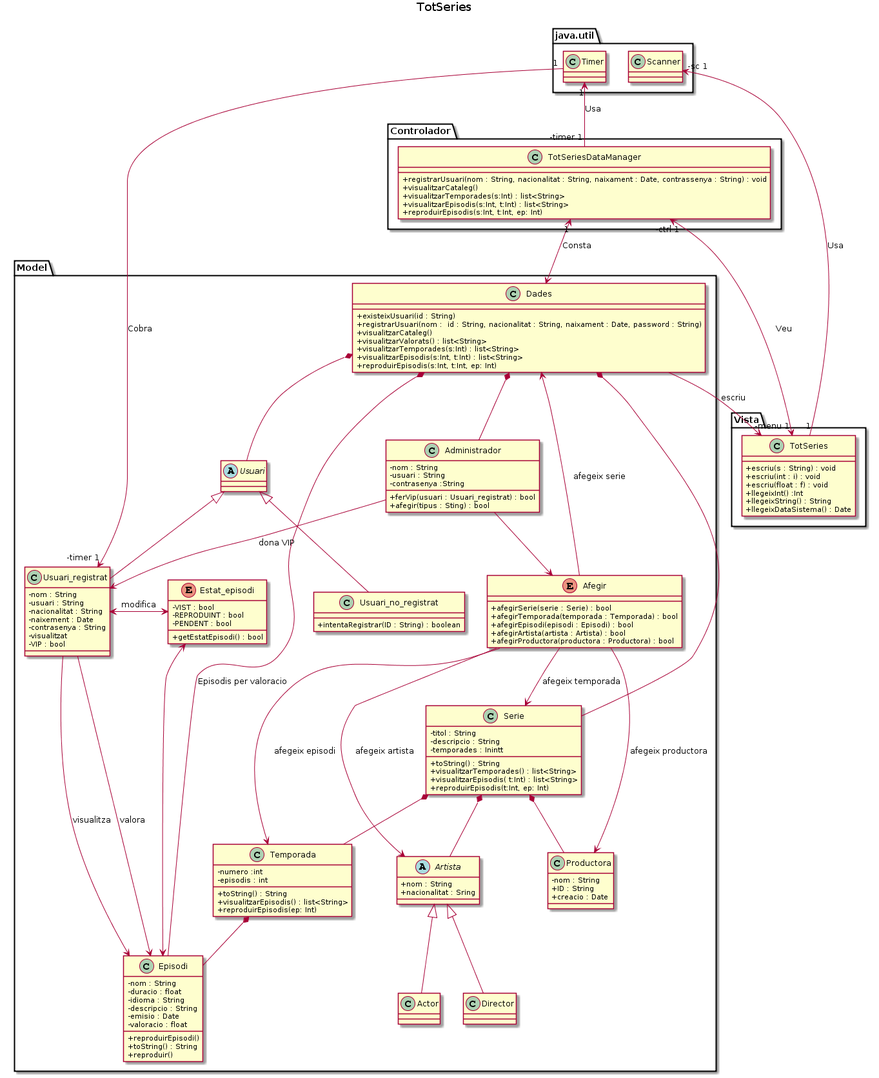
Before: Lab5/GrupA_BergantiñosAngelDiazFranciscoL1b/DCD/DCD.png, a diagram exported from PlantUML (Ralleg314/DS).
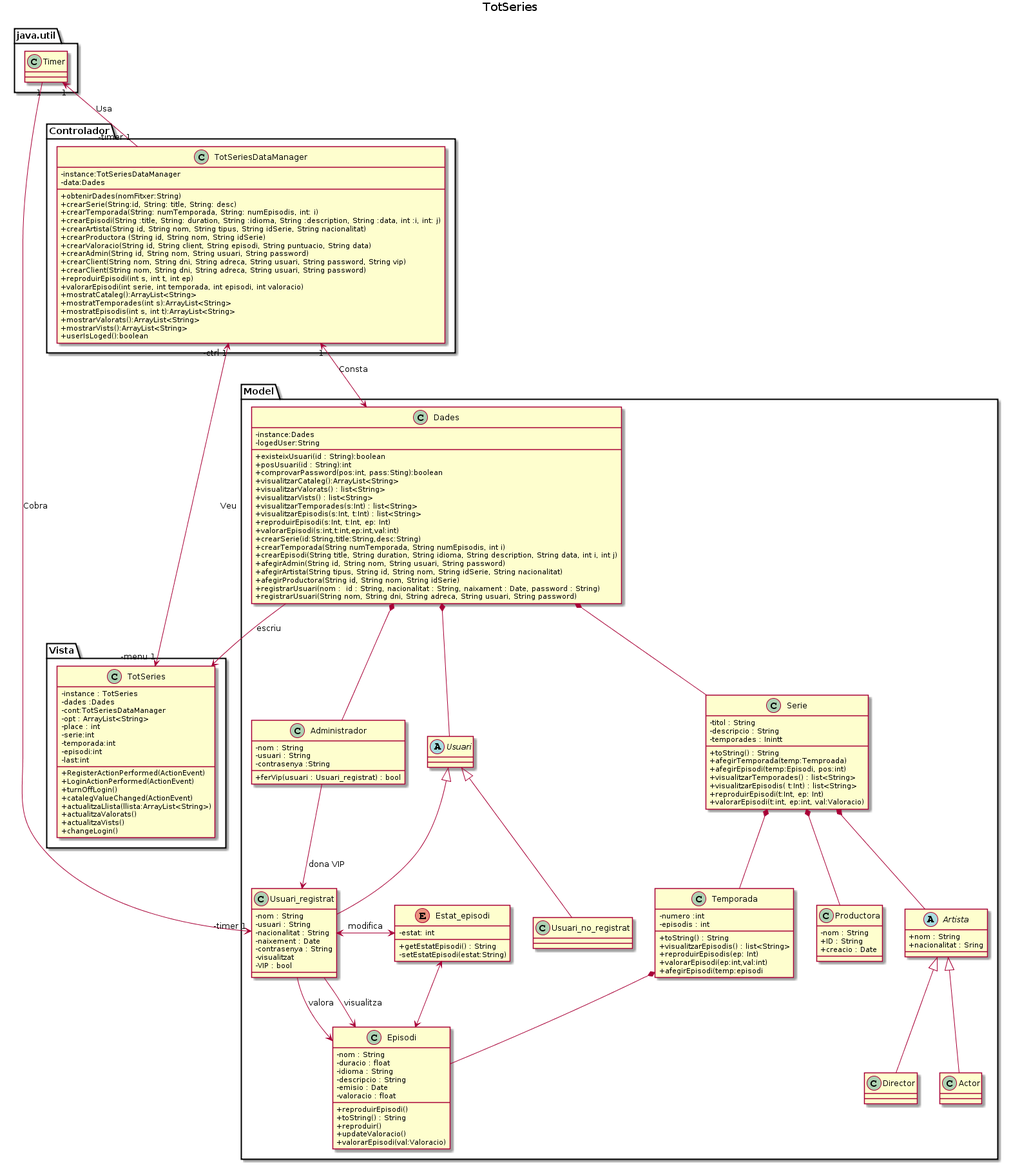
After the change.

The edit, as a diff of the source:
```diff
@@ -4,39 +4,77 @@
 
 namespace java.util {
     class Timer
-    class Scanner
 }
 
 namespace Vista {
     class TotSeries {
-        + escriu(s : String) : void
-        + escriu(int : i) : void
-        + escriu(float : f) : void
-        +llegeixInt() :Int
-        +llegeixString() : String
-        +llegeixDataSistema() : Date
+        -instance : TotSeries
+        -dades :Dades
+        -cont:TotSeriesDataManager
+        -opt : ArrayList<String>
+        -place : int
+        -serie:int
+        -temporada:int
+        -episodi:int
+        -last:int
+        +RegisterActionPerformed(ActionEvent)
+        +LoginActionPerformed(ActionEvent)
+        +turnOffLogin()
+        +catalegValueChanged(ActionEvent)
+        +actualitzaLlista(llista:ArrayList<String>)
+        +actualitzaValorats()
+        +actualitzaVists()
+        +changeLogin()
     }
 }
 
 namespace Controlador {
     class TotSeriesDataManager {
-        + registrarUsuari(nom : String, nacionalitat : String, naixament : Date, contrassenya : String) : void
-        +visualitzarCataleg()
-        +visualitzarTemporades(s:Int) : list<String>
-        +visualitzarEpisodis(s:Int, t:Int) : list<String>
-        +reproduirEpisodis(s:Int, t:Int, ep: Int)
+        -instance:TotSeriesDataManager
+        -data:Dades
+        +obtenirDades(nomFitxer:String)
+        +crearSerie(String:id, String: title, String: desc)
+        +crearTemporada(String: numTemporada, String: numEpisodis, int: i)
+        +crearEpisodi(String :title, String: duration, String :idioma, String :description, String :data, int :i, int: j)
+        +crearArtista(String id, String nom, String tipus, String idSerie, String nacionalitat)
+        +crearProductora (String id, String nom, String idSerie)
+        +crearValoracio(String id, String client, String episodi, String puntuacio, String data)
+        +crearAdmin(String id, String nom, String usuari, String password)
+        +crearClient(String nom, String dni, String adreca, String usuari, String password, String vip)
+        +crearClient(String nom, String dni, String adreca, String usuari, String password)
+        +reproduirEpisodi(int s, int t, int ep)
+        +valorarEpisodi(int serie, int temporada, int episodi, int valoracio)
+        +mostratCataleg():ArrayList<String>
+        +mostratTemporades(int s):ArrayList<String>
+        +mostratEpisodis(int s, int t):ArrayList<String>
+        +mostrarValorats():ArrayList<String>
+        +mostrarVists():ArrayList<String>
+        +userIsLoged():boolean
     }
 }
 namespace Model {
 
     class Dades{
-        +existeixUsuari(id : String)
-        +registrarUsuari(nom :  id : String, nacionalitat : String, naixament : Date, password : String)
-        +visualitzarCataleg()
+        -instance:Dades
+        -logedUser:String
+        +existeixUsuari(id : String):boolean
+        +posUsuari(id : String):int
+        +comprovarPassword(pos:int, pass:Sting):boolean
+        +visualitzarCataleg():ArrayList<String>
         +visualitzarValorats() : list<String>
+        +visualitzarVists() : list<String>
         +visualitzarTemporades(s:Int) : list<String>
         +visualitzarEpisodis(s:Int, t:Int) : list<String>
-        +reproduirEpisodis(s:Int, t:Int, ep: Int)
+        +reproduirEpisodi(s:Int, t:Int, ep: Int)
+        +valorarEpisodi(s:int,t:int,ep:int,val:int)
+        +crearSerie(id:String,title:String,desc:String)
+        +crearTemporada(String numTemporada, String numEpisodis, int i)
+        +crearEpisodi(String title, String duration, String idioma, String description, String data, int i, int j)
+        +afegirAdmin(String id, String nom, String usuari, String password)
+        +afegirArtista(String tipus, String id, String nom, String idSerie, String nacionalitat)
+        +afegirProductora(String id, String nom, String idSerie)
+        +registrarUsuari(nom :  id : String, nacionalitat : String, naixament : Date, password : String)
+        +registrarUsuari(String nom, String dni, String adreca, String usuari, String password)
     }
 
     abstract class Usuari{
@@ -53,7 +91,6 @@
     }
 
     class Usuari_no_registrat{
-        +intentaRegistrar(ID : String) : boolean
     }
 
     class Administrador{
@@ -61,23 +98,12 @@
         -usuari : String
         -contrasenya :String
         +ferVip(usuari : Usuari_registrat) : bool
-        +afegir(tipus : Sting) : bool
     }
 
-    enum Afegir{
-        +afegirSerie(serie : Serie) : bool
-        +afegirTemporada(temporada : Temporada) : bool
-        +afegirEpisodi(episodi : Episodi) : bool
-        +afegirArtista(artista : Artista) : bool
-        +afegirProductora(productora : Productora) : bool
-    }
-
-
     enum Estat_episodi{
-        -VIST : bool
-        -REPRODUINT : bool
-        -PENDENT : bool
-        +getEstatEpisodi() : bool
+        -estat: int
+        +getEstatEpisodi() : String
+        -setEstatEpisodi(estat:String)
     }
 
     class Episodi{
@@ -90,6 +116,8 @@
         +reproduirEpisodi()
         +toString() : String
         +reproduir()
+        +updateValoracio()
+        +valorarEpisodi(val:Valoracio)
     }
 
     class Temporada{
@@ -98,6 +126,8 @@
         +toString() : String
         +visualitzarEpisodis() : list<String>
         +reproduirEpisodis(ep: Int)
+        +valorarEpisodi(ep:int,val:int)
+        +afegirEpisodi(temp:episodi
     }
 
     class Productora{
@@ -111,9 +141,12 @@
         -descripcio : String
         -temporades : Inintt
         +toString() : String
+        +afegirTemporada(temp:Temproada)
+        +afegirEpisodi(temp:Episodi, pos:int)
         +visualitzarTemporades() : list<String>
         +visualitzarEpisodis( t:Int) : list<String>
-        +reproduirEpisodis(t:Int, ep: Int)
+        +reproduirEpisodi(t:Int, ep: Int)
+        +valorarEpisodi(t:int, ep:int, val:Valoracio)
     }
 
 
@@ -137,21 +170,13 @@
 
     Dades *-- Usuari
     Dades *-- Administrador
-    Dades *-- Episodi : Episodis per valoracio
     Usuari <|-- Usuari_registrat
     Usuari <|-- Usuari_no_registrat
     Administrador --> Usuari_registrat : dona VIP
-    Administrador --> Afegir
 
     Usuari_registrat --> Episodi : valora
     Usuari_registrat --> Episodi : visualitza
     Usuari_registrat <-> Estat_episodi : modifica
-
-    Afegir --> Dades : afegeix serie
-    Afegir --> Serie : afegeix temporada
-    Afegir --> Temporada : afegeix episodi
-    Afegir --> Artista : afegeix artista
-    Afegir --> Productora : afegeix productora
 
     Artista <|-- Actor
     Artista <|-- Director
@@ -162,5 +187,4 @@
 Model.Dades -> Vista.TotSeries : escriu
 java.util.Timer "1" <- "-timer 1" Controlador.TotSeriesDataManager : Usa
 java.util.Timer "1" -> "-timer 1" Model.Usuari_registrat : Cobra
-java.util.Scanner "-sc 1" <- "1" Vista.TotSeries : Usa
 @enduml
```
